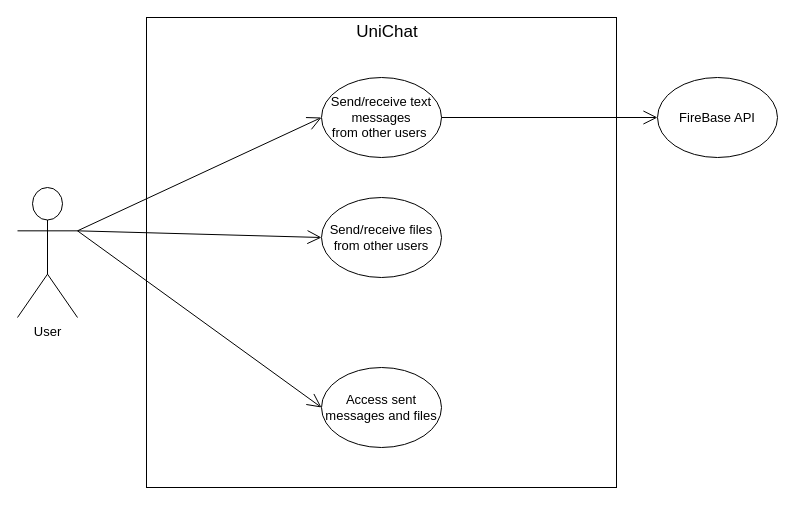
afs202005277/UniChat keeps this draw.io diagram as UseCaseDiagram.drawio. Above is the earlier version. Source tidied: cells renumbered, new cells numbered last; positions are measured from the earlier drawing's top-left corner, leaving out a move shared by most shapes. Both pictures are drawn from the tidied source at 100%, with x=0, y=0 at pixel (17, 17).
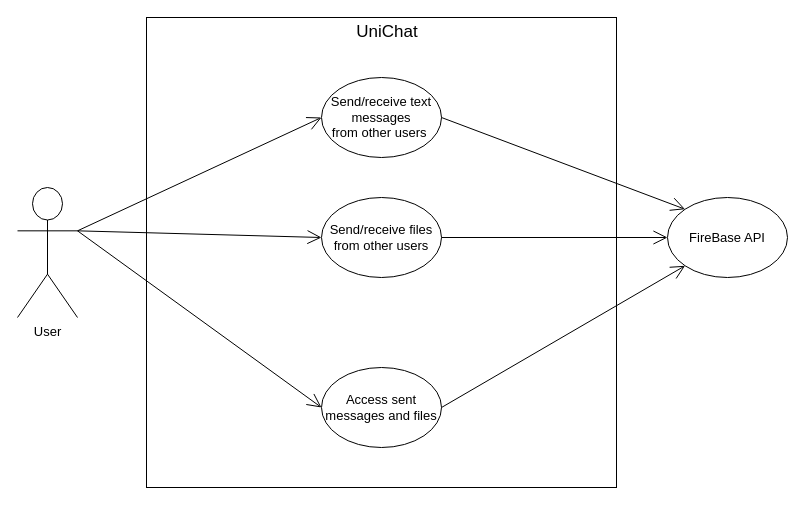
The same page after the edit.

Change to the diagram source:
```diff
@@
 <mxGraphModel>
   <root>
     <mxCell id="0" />
     <mxCell id="1" parent="0" />
     <mxCell id="2" style="whiteSpace=wrap;html=1;fillColor=none;" parent="1" vertex="1">
       <mxGeometry x="129" width="470" height="470" as="geometry" />
     </mxCell>
     <mxCell id="3" value="&lt;font style=&quot;font-size: 13px&quot;&gt;User&lt;/font&gt;" style="shape=umlActor;verticalLabelPosition=bottom;verticalAlign=top;html=1;outlineConnect=0;fillColor=none;" parent="1" vertex="1">
       <mxGeometry y="170" width="60" height="130" as="geometry" />
     </mxCell>
     <mxCell id="4" value="&lt;font style=&quot;font-size: 13px&quot;&gt;Send/receive text messages&lt;br&gt;from other users&amp;nbsp;&lt;/font&gt;" style="ellipse;whiteSpace=wrap;html=1;fillColor=none;" parent="1" vertex="1">
       <mxGeometry x="304" y="60" width="120" height="80" as="geometry" />
     </mxCell>
     <mxCell id="5" value="&lt;font style=&quot;font-size: 13px&quot;&gt;Send/receive files from other users&lt;/font&gt;" style="ellipse;whiteSpace=wrap;html=1;fillColor=none;" parent="1" vertex="1">
       <mxGeometry x="304" y="180" width="120" height="80" as="geometry" />
     </mxCell>
     <mxCell id="6" value="&lt;font style=&quot;font-size: 13px&quot;&gt;Access sent messages and files&lt;/font&gt;" style="ellipse;whiteSpace=wrap;html=1;fillColor=none;" parent="1" vertex="1">
       <mxGeometry x="304" y="350" width="120" height="80" as="geometry" />
     </mxCell>
     <mxCell id="7" value="&lt;font style=&quot;font-size: 17px&quot;&gt;UniChat&lt;/font&gt;" style="text;html=1;strokeColor=none;fillColor=none;align=center;verticalAlign=middle;whiteSpace=wrap;rounded=0;" parent="1" vertex="1">
       <mxGeometry x="340" width="60" height="30" as="geometry" />
     </mxCell>
     <mxCell id="8" style="endArrow=open;endFill=1;endSize=12;html=1;rounded=0;entryX=0;entryY=0.5;entryDx=0;entryDy=0;exitX=1;exitY=0.3333333333333333;exitDx=0;exitDy=0;exitPerimeter=0;" parent="1" edge="1" source="3" target="4">
       <mxGeometry relative="1" as="geometry" />
     </mxCell>
     <mxCell id="9" style="endArrow=open;endFill=1;endSize=12;html=1;rounded=0;entryX=0;entryY=0.5;entryDx=0;entryDy=0;exitX=1;exitY=0.3333333333333333;exitDx=0;exitDy=0;exitPerimeter=0;" parent="1" edge="1" source="3" target="5">
       <mxGeometry relative="1" as="geometry" />
     </mxCell>
     <mxCell id="10" style="endArrow=open;endFill=1;endSize=12;html=1;rounded=0;entryX=0;entryY=0.5;entryDx=0;entryDy=0;exitX=1;exitY=0.3333333333333333;exitDx=0;exitDy=0;exitPerimeter=0;" parent="1" edge="1" source="3" target="6">
       <mxGeometry relative="1" as="geometry" />
     </mxCell>
-    <mxCell id="11" style="endArrow=open;endFill=1;endSize=12;html=1;rounded=0;exitX=1;exitY=0.5;exitDx=0;exitDy=0;entryX=0;entryY=0.5;entryDx=0;entryDy=0;" parent="1" edge="1" source="4" target="12">
+    <mxCell id="11" style="endArrow=open;endFill=1;endSize=12;html=1;rounded=0;exitX=1;exitY=0.5;exitDx=0;exitDy=0;entryX=0;entryY=0;entryDx=0;entryDy=0;" parent="1" edge="1" source="4" target="12">
       <mxGeometry relative="1" as="geometry" />
     </mxCell>
     <mxCell id="12" value="&lt;font style=&quot;font-size: 13px&quot;&gt;FireBase API&lt;/font&gt;" style="ellipse;whiteSpace=wrap;html=1;fillColor=none;" parent="1" vertex="1">
-      <mxGeometry x="640" y="60" width="120" height="80" as="geometry" />
+      <mxGeometry x="650" y="180" width="120" height="80" as="geometry" />
     </mxCell>
+    <mxCell id="13" style="endArrow=open;endFill=1;endSize=12;html=1;rounded=0;exitX=1;exitY=0.5;exitDx=0;exitDy=0;entryX=0;entryY=0.5;entryDx=0;entryDy=0;" parent="1" edge="1" source="5" target="12">
+      <mxGeometry relative="1" as="geometry" />
+    </mxCell>
+    <mxCell id="14" style="endArrow=open;endFill=1;endSize=12;html=1;rounded=0;entryX=0;entryY=1;entryDx=0;entryDy=0;exitX=1;exitY=0.5;exitDx=0;exitDy=0;" parent="1" edge="1" source="6" target="12">
+      <mxGeometry relative="1" as="geometry" />
+    </mxCell>
   </root>
 </mxGraphModel>
```
